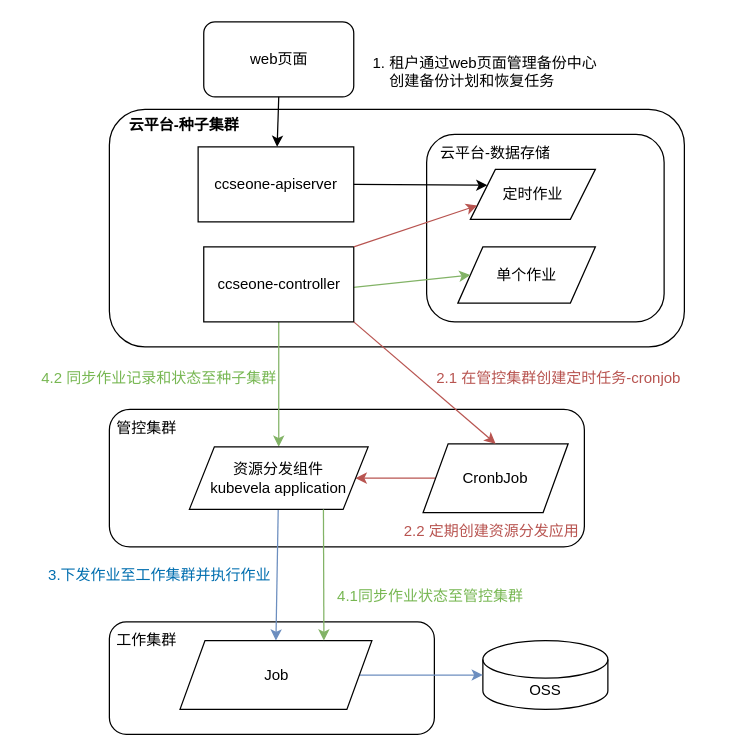
This is page "专利-作业管理" (5 of 17) of drawio/zz.drawio from Tiny-VS-Lina/ccse, a draw.io file, before an edit. Source tidied: cells renumbered, new cells numbered last; positions are measured from the earlier drawing's top-left corner, leaving out a move shared by most shapes. Both pictures are drawn from the tidied source at 125%, with x=0, y=0 at pixel (34, 21).
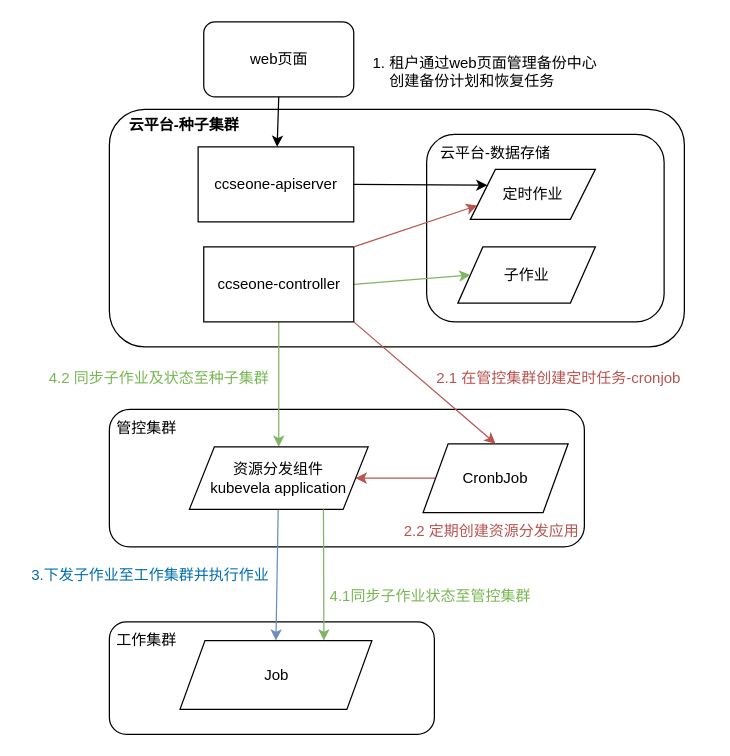
Above is the later version.

Unchanged cells that the change refers to:
```xml
<mxCell id="17" value="ccseone-controller" style="rounded=0;whiteSpace=wrap;html=1;" parent="1" vertex="1">
  <mxGeometry x="135.5" y="180" width="120" height="60" as="geometry" />
</mxCell>
<mxCell id="31" value="Job" style="shape=parallelogram;perimeter=parallelogramPerimeter;whiteSpace=wrap;html=1;fixedSize=1;" parent="1" vertex="1">
  <mxGeometry x="116.5" y="495" width="153.5" height="55" as="geometry" />
</mxCell>
```

What changed in the source:
```diff
@@
-    <mxCell id="6" value="OSS" style="shape=cylinder3;whiteSpace=wrap;html=1;boundedLbl=1;backgroundOutline=1;size=15;" parent="1" vertex="1">
-      <mxGeometry x="358.8" y="495" width="100" height="55" as="geometry" />
-    </mxCell>
-    <mxCell id="7" style="endArrow=classic;html=1;rounded=0;entryX=0;entryY=0.5;entryDx=0;entryDy=0;entryPerimeter=0;fillColor=#dae8fc;strokeColor=#6c8ebf;" parent="1" edge="1" source="31" target="6">
-      <mxGeometry relative="1" as="geometry" />
-    </mxCell>
@@
-    <mxCell id="12" value="单个作业" style="shape=parallelogram;perimeter=parallelogramPerimeter;whiteSpace=wrap;html=1;fixedSize=1;" parent="1" vertex="1">
+    <mxCell id="12" value="子作业" style="shape=parallelogram;perimeter=parallelogramPerimeter;whiteSpace=wrap;html=1;fixedSize=1;" parent="1" vertex="1">
       <mxGeometry x="338.8" y="180" width="110" height="45" as="geometry" />
     </mxCell>
-    <mxCell id="13" style="endArrow=classic;html=1;rounded=0;entryX=0;entryY=0.5;entryDx=0;entryDy=0;exitX=0;exitY=0.75;exitDx=0;exitDy=0;fillColor=#d5e8d4;strokeColor=#82b366;" parent="1" edge="1" source="17" target="12">
+    <mxCell id="13" style="endArrow=classic;html=1;rounded=0;entryX=0;entryY=0.5;entryDx=0;entryDy=0;exitX=1;exitY=0.5;exitDx=0;exitDy=0;fillColor=#d5e8d4;strokeColor=#82b366;" parent="1" edge="1" source="17" target="12">
       <mxGeometry relative="1" as="geometry" />
     </mxCell>
@@
-    <mxCell id="27" value="4.2 同步作业记录和状态至种子集群" style="text;html=1;strokeColor=none;fillColor=none;align=center;verticalAlign=middle;whiteSpace=wrap;rounded=0;fontColor=#77b752;" parent="1" vertex="1">
+    <mxCell id="27" value="4.2 同步子作业及状态至种子集群" style="text;html=1;strokeColor=none;fillColor=none;align=center;verticalAlign=middle;whiteSpace=wrap;rounded=0;fontColor=#77b752;" parent="1" vertex="1">
       <mxGeometry y="270" width="200" height="30" as="geometry" />
     </mxCell>
@@
-    <mxCell id="30" value="3.下发作业至工作集群并执行作业" style="text;html=1;strokeColor=none;fillColor=none;align=center;verticalAlign=middle;whiteSpace=wrap;rounded=0;fontColor=#006eaf;" parent="1" vertex="1">
-      <mxGeometry x="4.5" y="422.5" width="191" height="40" as="geometry" />
+    <mxCell id="30" value="3.下发子作业至工作集群并执行作业" style="text;html=1;strokeColor=none;fillColor=none;align=center;verticalAlign=middle;whiteSpace=wrap;rounded=0;fontColor=#006eaf;" parent="1" vertex="1">
+      <mxGeometry x="-10" y="422.5" width="205.5" height="40" as="geometry" />
     </mxCell>
@@
-    <mxCell id="34" value="4.1同步作业状态至管控集群" style="text;html=1;strokeColor=none;fillColor=none;align=center;verticalAlign=middle;whiteSpace=wrap;rounded=0;fontColor=#77b752;" parent="1" vertex="1">
+    <mxCell id="34" value="4.1同步子作业状态至管控集群" style="text;html=1;strokeColor=none;fillColor=none;align=center;verticalAlign=middle;whiteSpace=wrap;rounded=0;fontColor=#77b752;" parent="1" vertex="1">
       <mxGeometry x="230" y="445" width="173.8" height="30" as="geometry" />
     </mxCell>
```
